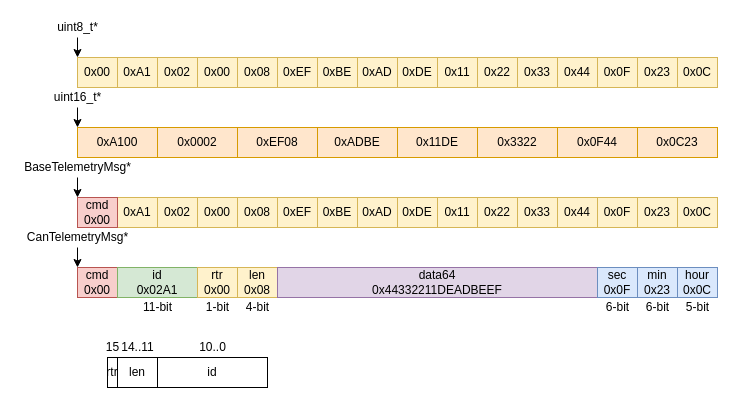
Above: documentation/diagrams/MessageTypes.drawio in tjarker/Telemetry (draw.io), before the change. Source tidied: cells renumbered, new cells numbered last; positions are measured from the earlier drawing's top-left corner, leaving out a move shared by most shapes. Both pictures are drawn from the tidied source at 100%, with x=0, y=0 at pixel (17, 17).
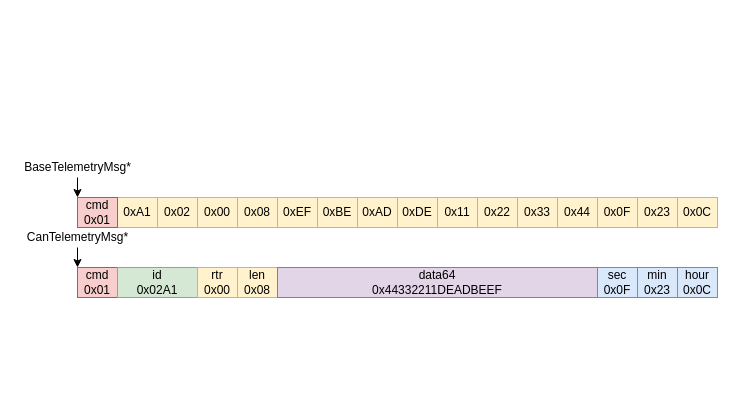
Above is the later version.

Commit message (it also covers changes not shown here):
Update Message types diagram

What changed in the source:
```diff
@@
-    <mxCell id="2" value="0x00" style="rounded=0;whiteSpace=wrap;html=1;fillColor=#fff2cc;strokeColor=#d6b656;" parent="1" vertex="1">
-      <mxGeometry x="60" y="40" width="40" height="30" as="geometry" />
-    </mxCell>
-    <mxCell id="3" style="endArrow=classic;html=1;" parent="1" edge="1">
-      <mxGeometry relative="1" as="geometry">
-        <mxPoint x="60" y="20" as="sourcePoint" />
-        <mxPoint x="60" y="40" as="targetPoint" />
-      </mxGeometry>
-    </mxCell>
-    <mxCell id="4" value="uint8_t*" style="text;html=1;align=center;verticalAlign=middle;" parent="1" vertex="1">
-      <mxGeometry x="30" width="60" height="20" as="geometry" />
-    </mxCell>
-    <mxCell id="5" value="0xA100" style="rounded=0;whiteSpace=wrap;html=1;fillColor=#ffe6cc;strokeColor=#d79b00;" parent="1" vertex="1">
-      <mxGeometry x="60" y="110" width="80" height="30" as="geometry" />
-    </mxCell>
-    <mxCell id="6" value="0x0002" style="rounded=0;whiteSpace=wrap;html=1;fillColor=#ffe6cc;strokeColor=#d79b00;" parent="1" vertex="1">
-      <mxGeometry x="140" y="110" width="80" height="30" as="geometry" />
-    </mxCell>
-    <mxCell id="7" value="0xEF08" style="rounded=0;whiteSpace=wrap;html=1;fillColor=#ffe6cc;strokeColor=#d79b00;" parent="1" vertex="1">
-      <mxGeometry x="220" y="110" width="80" height="30" as="geometry" />
-    </mxCell>
-    <mxCell id="8" value="0xADBE" style="rounded=0;whiteSpace=wrap;html=1;fillColor=#ffe6cc;strokeColor=#d79b00;" parent="1" vertex="1">
-      <mxGeometry x="300" y="110" width="80" height="30" as="geometry" />
-    </mxCell>
-    <mxCell id="9" value="0x11DE" style="rounded=0;whiteSpace=wrap;html=1;fillColor=#ffe6cc;strokeColor=#d79b00;" parent="1" vertex="1">
-      <mxGeometry x="380" y="110" width="80" height="30" as="geometry" />
-    </mxCell>
-    <mxCell id="10" value="0x3322" style="rounded=0;whiteSpace=wrap;html=1;fillColor=#ffe6cc;strokeColor=#d79b00;" parent="1" vertex="1">
-      <mxGeometry x="460" y="110" width="80" height="30" as="geometry" />
-    </mxCell>
-    <mxCell id="11" value="0x0F44" style="rounded=0;whiteSpace=wrap;html=1;fillColor=#ffe6cc;strokeColor=#d79b00;" parent="1" vertex="1">
-      <mxGeometry x="540" y="110" width="80" height="30" as="geometry" />
-    </mxCell>
-    <mxCell id="12" value="0x0C23" style="rounded=0;whiteSpace=wrap;html=1;fillColor=#ffe6cc;strokeColor=#d79b00;" parent="1" vertex="1">
-      <mxGeometry x="620" y="110" width="80" height="30" as="geometry" />
-    </mxCell>
-    <mxCell id="13" style="endArrow=classic;html=1;" parent="1" edge="1">
-      <mxGeometry relative="1" as="geometry">
-        <mxPoint x="60" y="90" as="sourcePoint" />
-        <mxPoint x="60" y="110" as="targetPoint" />
-      </mxGeometry>
-    </mxCell>
-    <mxCell id="14" value="uint16_t*" style="text;html=1;align=center;verticalAlign=middle;" parent="1" vertex="1">
-      <mxGeometry x="30" y="70" width="60" height="20" as="geometry" />
-    </mxCell>
@@
-    <mxCell id="30" value="cmd&lt;br&gt;0x00" style="rounded=0;whiteSpace=wrap;html=1;fillColor=#f8cecc;strokeColor=#b85450;" parent="1" vertex="1">
+    <mxCell id="30" value="cmd&lt;br&gt;0x01" style="rounded=0;whiteSpace=wrap;html=1;fillColor=#f8cecc;strokeColor=#b85450;" parent="1" vertex="1">
       <mxGeometry x="60" y="180" width="40" height="30" as="geometry" />
     </mxCell>
@@
-    <mxCell id="35" value="cmd&lt;br&gt;0x00" style="rounded=0;whiteSpace=wrap;html=1;fillColor=#f8cecc;strokeColor=#b85450;" parent="1" vertex="1">
+    <mxCell id="35" value="cmd&lt;br&gt;0x01" style="rounded=0;whiteSpace=wrap;html=1;fillColor=#f8cecc;strokeColor=#b85450;" parent="1" vertex="1">
       <mxGeometry x="60" y="250" width="40" height="30" as="geometry" />
     </mxCell>
@@
-    <mxCell id="43" value="0xA1" style="rounded=0;whiteSpace=wrap;html=1;fillColor=#fff2cc;strokeColor=#d6b656;" parent="1" vertex="1">
-      <mxGeometry x="100" y="40" width="40" height="30" as="geometry" />
-    </mxCell>
-    <mxCell id="44" value="0x02" style="rounded=0;whiteSpace=wrap;html=1;fillColor=#fff2cc;strokeColor=#d6b656;" parent="1" vertex="1">
-      <mxGeometry x="140" y="40" width="40" height="30" as="geometry" />
-    </mxCell>
-    <mxCell id="45" value="0x00" style="rounded=0;whiteSpace=wrap;html=1;fillColor=#fff2cc;strokeColor=#d6b656;" parent="1" vertex="1">
-      <mxGeometry x="180" y="40" width="40" height="30" as="geometry" />
-    </mxCell>
-    <mxCell id="46" value="0x08" style="rounded=0;whiteSpace=wrap;html=1;fillColor=#fff2cc;strokeColor=#d6b656;" parent="1" vertex="1">
-      <mxGeometry x="220" y="40" width="40" height="30" as="geometry" />
-    </mxCell>
-    <mxCell id="47" value="0xEF" style="rounded=0;whiteSpace=wrap;html=1;fillColor=#fff2cc;strokeColor=#d6b656;" parent="1" vertex="1">
-      <mxGeometry x="260" y="40" width="40" height="30" as="geometry" />
-    </mxCell>
-    <mxCell id="48" value="0xBE" style="rounded=0;whiteSpace=wrap;html=1;fillColor=#fff2cc;strokeColor=#d6b656;" parent="1" vertex="1">
-      <mxGeometry x="300" y="40" width="40" height="30" as="geometry" />
-    </mxCell>
-    <mxCell id="49" value="0xAD" style="rounded=0;whiteSpace=wrap;html=1;fillColor=#fff2cc;strokeColor=#d6b656;" parent="1" vertex="1">
-      <mxGeometry x="340" y="40" width="40" height="30" as="geometry" />
-    </mxCell>
-    <mxCell id="50" value="0xDE" style="rounded=0;whiteSpace=wrap;html=1;fillColor=#fff2cc;strokeColor=#d6b656;" parent="1" vertex="1">
-      <mxGeometry x="380" y="40" width="40" height="30" as="geometry" />
-    </mxCell>
-    <mxCell id="51" value="0x11" style="rounded=0;whiteSpace=wrap;html=1;fillColor=#fff2cc;strokeColor=#d6b656;" parent="1" vertex="1">
-      <mxGeometry x="420" y="40" width="40" height="30" as="geometry" />
-    </mxCell>
-    <mxCell id="52" value="0x22" style="rounded=0;whiteSpace=wrap;html=1;fillColor=#fff2cc;strokeColor=#d6b656;" parent="1" vertex="1">
-      <mxGeometry x="460" y="40" width="40" height="30" as="geometry" />
-    </mxCell>
-    <mxCell id="53" value="0x33" style="rounded=0;whiteSpace=wrap;html=1;fillColor=#fff2cc;strokeColor=#d6b656;" parent="1" vertex="1">
-      <mxGeometry x="500" y="40" width="40" height="30" as="geometry" />
-    </mxCell>
-    <mxCell id="54" value="0x44" style="rounded=0;whiteSpace=wrap;html=1;fillColor=#fff2cc;strokeColor=#d6b656;" parent="1" vertex="1">
-      <mxGeometry x="540" y="40" width="40" height="30" as="geometry" />
-    </mxCell>
-    <mxCell id="55" value="0x0F" style="rounded=0;whiteSpace=wrap;html=1;fillColor=#fff2cc;strokeColor=#d6b656;" parent="1" vertex="1">
-      <mxGeometry x="580" y="40" width="40" height="30" as="geometry" />
-    </mxCell>
-    <mxCell id="56" value="0x23" style="rounded=0;whiteSpace=wrap;html=1;fillColor=#fff2cc;strokeColor=#d6b656;" parent="1" vertex="1">
-      <mxGeometry x="620" y="40" width="40" height="30" as="geometry" />
-    </mxCell>
-    <mxCell id="57" value="0x0C" style="rounded=0;whiteSpace=wrap;html=1;fillColor=#fff2cc;strokeColor=#d6b656;" parent="1" vertex="1">
-      <mxGeometry x="660" y="40" width="40" height="30" as="geometry" />
-    </mxCell>
-    <mxCell id="58" value="rtr" style="rounded=0;whiteSpace=wrap;html=1;" parent="1" vertex="1">
-      <mxGeometry x="90" y="340" width="10" height="30" as="geometry" />
-    </mxCell>
-    <mxCell id="59" value="15" style="text;html=1;align=center;verticalAlign=middle;" parent="1" vertex="1">
-      <mxGeometry x="80" y="320" width="30" height="20" as="geometry" />
-    </mxCell>
-    <mxCell id="60" value="len" style="rounded=0;whiteSpace=wrap;html=1;" parent="1" vertex="1">
-      <mxGeometry x="100" y="340" width="40" height="30" as="geometry" />
-    </mxCell>
-    <mxCell id="61" value="14..11" style="text;html=1;align=center;verticalAlign=middle;" parent="1" vertex="1">
-      <mxGeometry x="95" y="320" width="50" height="20" as="geometry" />
-    </mxCell>
-    <mxCell id="62" value="id" style="rounded=0;whiteSpace=wrap;html=1;" parent="1" vertex="1">
-      <mxGeometry x="140" y="340" width="110" height="30" as="geometry" />
-    </mxCell>
-    <mxCell id="63" value="10..0" style="text;html=1;align=center;verticalAlign=middle;" parent="1" vertex="1">
-      <mxGeometry x="175" y="320" width="40" height="20" as="geometry" />
-    </mxCell>
-    <mxCell id="64" value="6-bit" style="text;html=1;align=center;verticalAlign=middle;" parent="1" vertex="1">
-      <mxGeometry x="580" y="280" width="40" height="20" as="geometry" />
-    </mxCell>
-    <mxCell id="65" value="6-bit" style="text;html=1;align=center;verticalAlign=middle;" parent="1" vertex="1">
-      <mxGeometry x="620" y="280" width="40" height="20" as="geometry" />
-    </mxCell>
-    <mxCell id="66" value="5-bit" style="text;html=1;align=center;verticalAlign=middle;" parent="1" vertex="1">
-      <mxGeometry x="660" y="280" width="40" height="20" as="geometry" />
-    </mxCell>
-    <mxCell id="67" value="1-bit" style="text;html=1;align=center;verticalAlign=middle;" parent="1" vertex="1">
-      <mxGeometry x="180" y="280" width="40" height="20" as="geometry" />
-    </mxCell>
-    <mxCell id="68" value="4-bit" style="text;html=1;align=center;verticalAlign=middle;" parent="1" vertex="1">
-      <mxGeometry x="220" y="280" width="40" height="20" as="geometry" />
-    </mxCell>
-    <mxCell id="69" value="11-bit" style="text;html=1;align=center;verticalAlign=middle;" parent="1" vertex="1">
-      <mxGeometry x="120" y="280" width="40" height="20" as="geometry" />
-    </mxCell>
```
